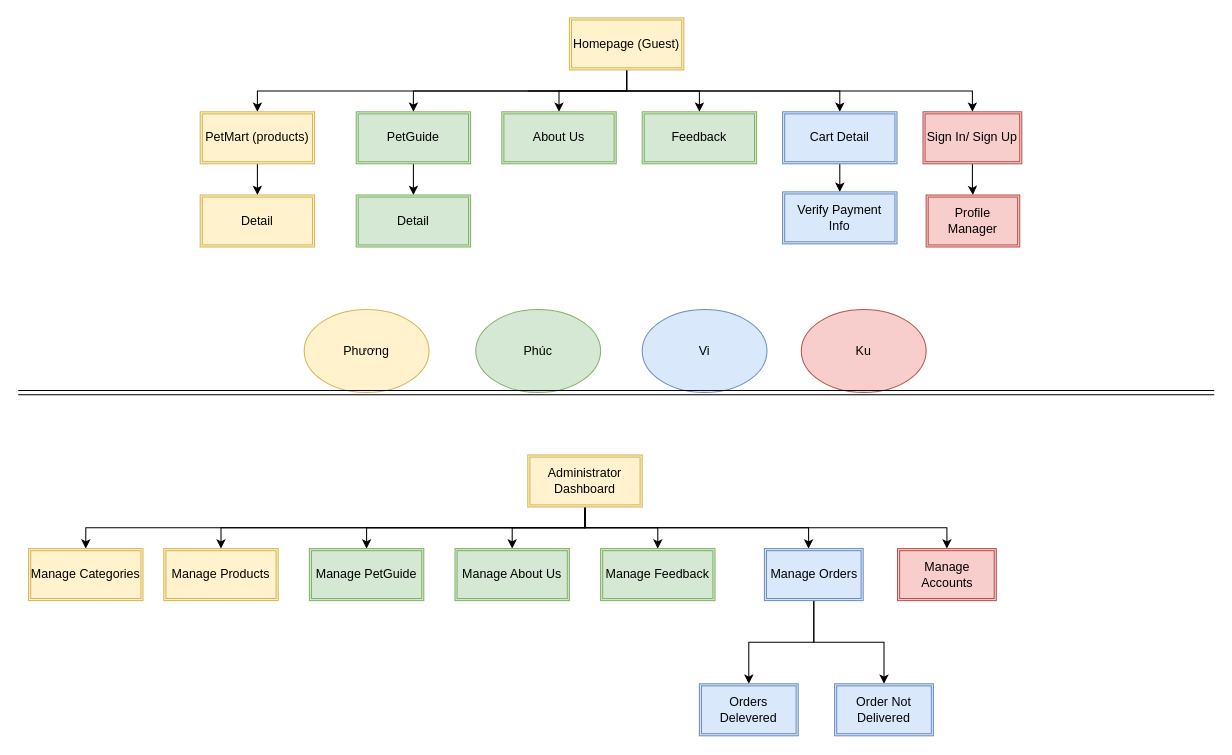
Earlier version of the draw.io diagram page "Site Map" (1 of 7) of Documents/Diagrams/Overrall-Design.drawio (duyphuong403/PetCare). Source tidied: cells renumbered, new cells numbered last; positions are measured from the earlier drawing's top-left corner, leaving out a move shared by most shapes. Both pictures are drawn from the tidied source at 104%, with x=0, y=0 at pixel (18, 18).
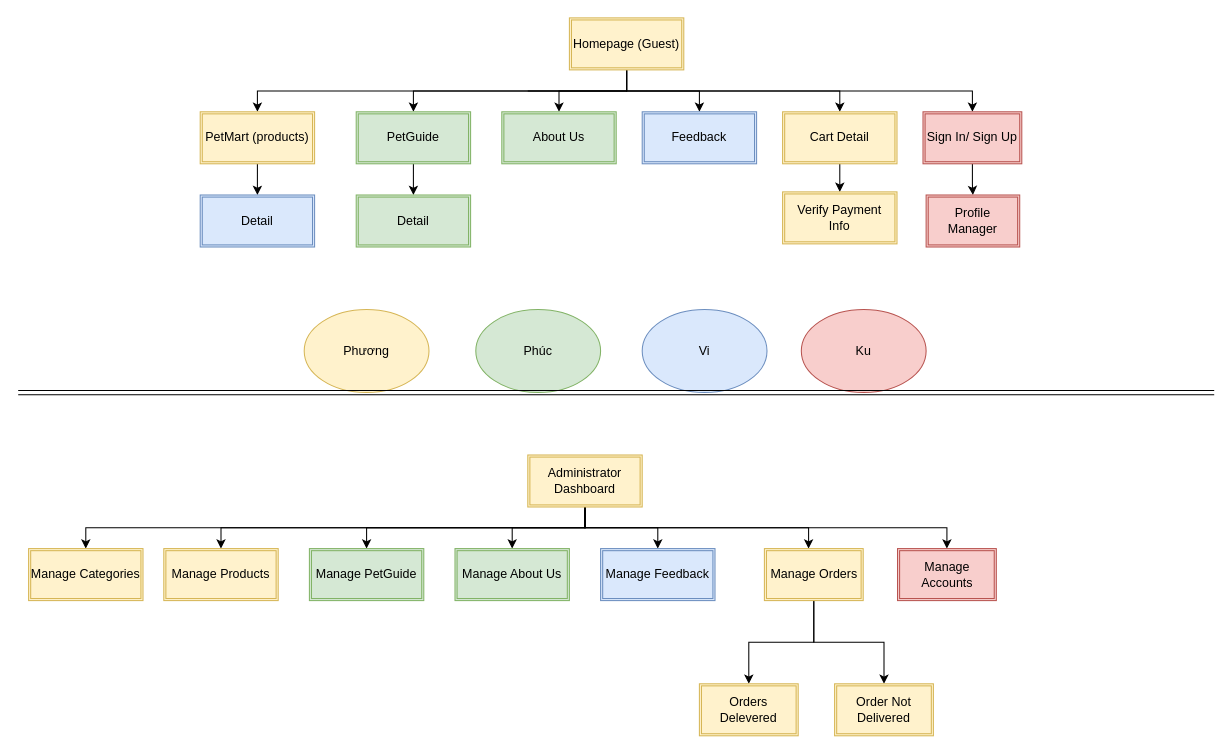
After the change.

Change to the diagram source:
```diff
@@
-    <mxCell id="19" value="Cart Detail" style="shape=ext;double=1;rounded=0;whiteSpace=wrap;html=1;fillColor=#dae8fc;strokeColor=#6c8ebf;" parent="1" vertex="1">
+    <mxCell id="19" value="Cart Detail" style="shape=ext;double=1;rounded=0;whiteSpace=wrap;html=1;fillColor=#fff2cc;strokeColor=#d6b656;" parent="1" vertex="1">
       <mxGeometry x="735" y="90" width="110" height="50" as="geometry" />
     </mxCell>
-    <mxCell id="20" value="Detail" style="shape=ext;double=1;rounded=0;whiteSpace=wrap;html=1;fillColor=#fff2cc;strokeColor=#d6b656;" parent="1" vertex="1">
+    <mxCell id="20" value="Detail" style="shape=ext;double=1;rounded=0;whiteSpace=wrap;html=1;fillColor=#dae8fc;strokeColor=#6c8ebf;" parent="1" vertex="1">
       <mxGeometry x="175" y="170" width="110" height="50" as="geometry" />
     </mxCell>
-    <mxCell id="21" value="Verify Payment Info" style="shape=ext;double=1;rounded=0;whiteSpace=wrap;html=1;fillColor=#dae8fc;strokeColor=#6c8ebf;" parent="1" vertex="1">
+    <mxCell id="21" value="Verify Payment Info" style="shape=ext;double=1;rounded=0;whiteSpace=wrap;html=1;fillColor=#fff2cc;strokeColor=#d6b656;" parent="1" vertex="1">
       <mxGeometry x="735" y="167" width="110" height="50" as="geometry" />
     </mxCell>
@@
-    <mxCell id="33" value="Manage Feedback" style="shape=ext;double=1;rounded=0;whiteSpace=wrap;html=1;fillColor=#d5e8d4;strokeColor=#82b366;" parent="1" vertex="1">
+    <mxCell id="33" value="Manage Feedback" style="shape=ext;double=1;rounded=0;whiteSpace=wrap;html=1;fillColor=#dae8fc;strokeColor=#6c8ebf;" parent="1" vertex="1">
       <mxGeometry x="560" y="510" width="110" height="50" as="geometry" />
     </mxCell>
@@
-    <mxCell id="37" value="Manage Orders" style="shape=ext;double=1;rounded=0;whiteSpace=wrap;html=1;fillColor=#dae8fc;strokeColor=#6c8ebf;" parent="1" vertex="1">
+    <mxCell id="37" value="Manage Orders" style="shape=ext;double=1;rounded=0;whiteSpace=wrap;html=1;fillColor=#fff2cc;strokeColor=#d6b656;" parent="1" vertex="1">
       <mxGeometry x="717.5" y="510" width="95" height="50" as="geometry" />
     </mxCell>
-    <mxCell id="38" value="Order Not Delivered" style="shape=ext;double=1;rounded=0;whiteSpace=wrap;html=1;fillColor=#dae8fc;strokeColor=#6c8ebf;" parent="1" vertex="1">
+    <mxCell id="38" value="Order Not Delivered" style="shape=ext;double=1;rounded=0;whiteSpace=wrap;html=1;fillColor=#fff2cc;strokeColor=#d6b656;" parent="1" vertex="1">
       <mxGeometry x="785" y="640" width="95" height="50" as="geometry" />
     </mxCell>
@@
-    <mxCell id="40" value="Feedback" style="shape=ext;double=1;rounded=0;whiteSpace=wrap;html=1;fillColor=#d5e8d4;strokeColor=#82b366;" parent="1" vertex="1">
+    <mxCell id="40" value="Feedback" style="shape=ext;double=1;rounded=0;whiteSpace=wrap;html=1;fillColor=#dae8fc;strokeColor=#6c8ebf;" parent="1" vertex="1">
       <mxGeometry x="600" y="90" width="110" height="50" as="geometry" />
     </mxCell>
@@
-    <mxCell id="45" value="Orders Delevered" style="shape=ext;double=1;rounded=0;whiteSpace=wrap;html=1;fillColor=#dae8fc;strokeColor=#6c8ebf;" parent="1" vertex="1">
+    <mxCell id="45" value="Orders Delevered" style="shape=ext;double=1;rounded=0;whiteSpace=wrap;html=1;fillColor=#fff2cc;strokeColor=#d6b656;" parent="1" vertex="1">
       <mxGeometry x="655" y="640" width="95" height="50" as="geometry" />
     </mxCell>
```
